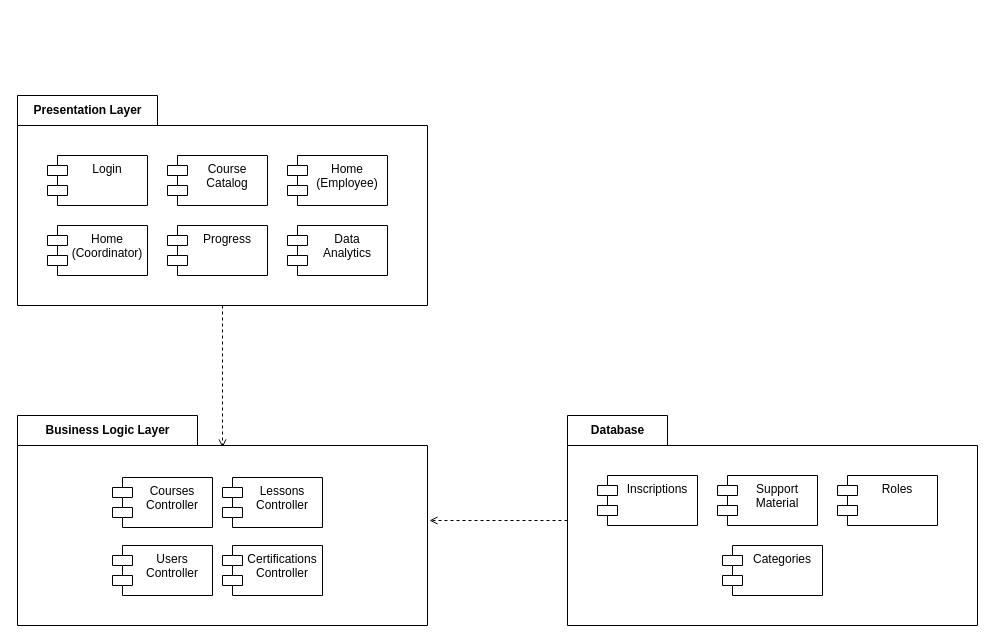
Above: diagrams/A1.1_Paquetes.drawio in BanuelosMendezJordi/Analisis_Avanzado_17212330 (draw.io), before the change. Source tidied: cells renumbered, new cells numbered last; positions are measured from the earlier drawing's top-left corner, leaving out a move shared by most shapes. Both pictures are drawn from the tidied source at 100%, with x=0, y=0 at pixel (17, 95). Pictures stored in the file or linked from it are replaced by grey dashed boxes.
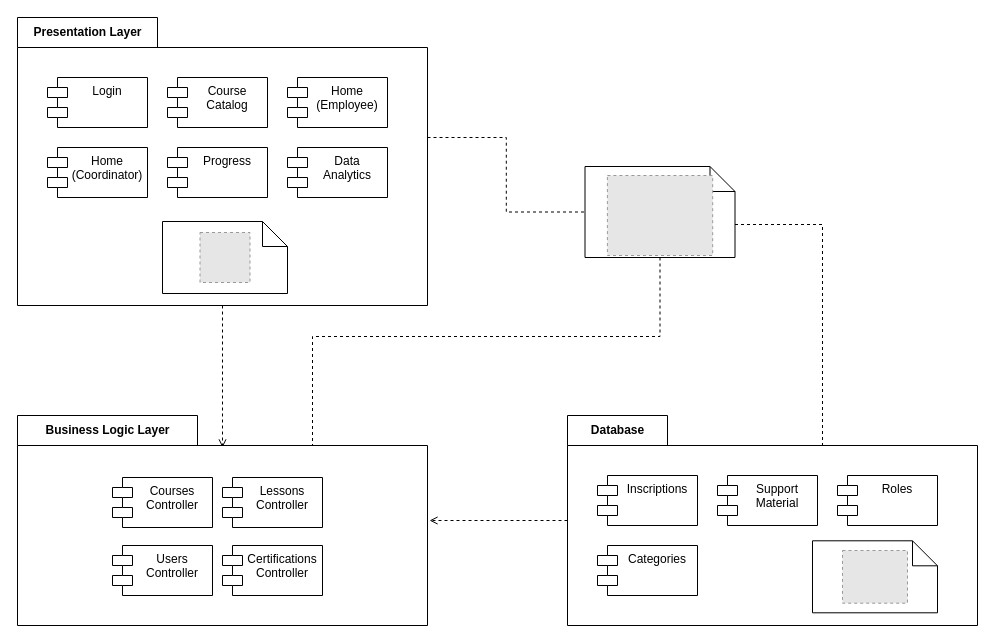
The same page after the edit.

The change refers to these unchanged cells:
```xml
<mxCell id="10" value="Business Logic Layer" style="shape=folder;fontStyle=1;tabWidth=180;tabHeight=30;tabPosition=left;html=1;boundedLbl=1;labelInHeader=1;" parent="1" vertex="1">
  <mxGeometry y="320" width="410" height="210" as="geometry" />
</mxCell>
<mxCell id="16" value="Database" style="shape=folder;fontStyle=1;tabWidth=100;tabHeight=30;tabPosition=left;html=1;boundedLbl=1;labelInHeader=1;" parent="1" vertex="1">
  <mxGeometry x="550" y="320" width="410" height="210" as="geometry" />
</mxCell>
```

Change to the diagram source:
```diff
@@
+    <mxCell id="21" style="edgeStyle=orthogonalEdgeStyle;rounded=0;jettySize=auto;html=1;exitX=0;exitY=0;exitDx=410;exitDy=120;exitPerimeter=0;entryX=0;entryY=0.5;entryDx=0;entryDy=0;entryPerimeter=0;dashed=1;endArrow=none;endFill=0;" parent="1" edge="1" source="3" target="28">
+      <mxGeometry relative="1" as="geometry" />
+    </mxCell>
     <mxCell id="3" value="Presentation Layer" style="shape=folder;fontStyle=1;tabWidth=140;tabHeight=30;tabPosition=left;html=1;boundedLbl=1;labelInHeader=1;" parent="1" vertex="1">
-      <mxGeometry width="410" height="210" as="geometry" />
+      <mxGeometry y="-78" width="410" height="288" as="geometry" />
     </mxCell>
+    <mxCell id="22" style="shape=note2;boundedLbl=1;whiteSpace=wrap;html=1;size=25;verticalAlign=top;align=center;" parent="3" vertex="1">
+      <mxGeometry x="145" y="204" width="125" height="72" as="geometry" />
+    </mxCell>
@@
+    <mxCell id="23" style="fillColor=#E6E6E6;strokeColor=#999999;dashed=1;verticalLabelPosition=bottom;labelBackgroundColor=#ffffff;verticalAlign=top;" parent="3" vertex="1">
+      <mxGeometry x="182.5" y="215" width="50" height="50" as="geometry" />
+    </mxCell>
@@
     <mxCell id="20" value="Categories" style="shape=module;align=left;spacingLeft=20;align=center;verticalAlign=top;" parent="16" vertex="1">
-      <mxGeometry x="155" y="130" width="100" height="50" as="geometry" />
+      <mxGeometry x="30" y="130" width="100" height="50" as="geometry" />
     </mxCell>
+    <mxCell id="24" style="shape=note2;boundedLbl=1;whiteSpace=wrap;html=1;size=25;verticalAlign=top;align=center;" parent="16" vertex="1">
+      <mxGeometry x="245" y="125.3" width="125" height="72" as="geometry" />
+    </mxCell>
+    <mxCell id="25" style="fillColor=#E6E6E6;strokeColor=#999999;dashed=1;verticalLabelPosition=bottom;labelBackgroundColor=#ffffff;verticalAlign=top;" parent="16" vertex="1">
+      <mxGeometry x="275" y="135" width="65" height="52.7" as="geometry" />
+    </mxCell>
+    <mxCell id="26" style="edgeStyle=orthogonalEdgeStyle;rounded=0;jettySize=auto;html=1;exitX=0;exitY=0;exitDx=150;exitDy=57.995;exitPerimeter=0;entryX=0;entryY=0;entryDx=255;entryDy=30;entryPerimeter=0;endArrow=none;endFill=0;dashed=1;" parent="1" edge="1" source="28" target="16">
+      <mxGeometry relative="1" as="geometry" />
+    </mxCell>
+    <mxCell id="27" style="edgeStyle=orthogonalEdgeStyle;rounded=0;jettySize=auto;html=1;exitX=0.5;exitY=1;exitDx=0;exitDy=0;exitPerimeter=0;entryX=0;entryY=0;entryDx=295;entryDy=30;entryPerimeter=0;endArrow=none;endFill=0;dashed=1;" parent="1" edge="1" source="28" target="10">
+      <mxGeometry relative="1" as="geometry" />
+    </mxCell>
+    <mxCell id="28" style="shape=note2;boundedLbl=1;whiteSpace=wrap;html=1;size=25;verticalAlign=top;align=center;" parent="1" vertex="1">
+      <mxGeometry x="567.5" y="71" width="150" height="91" as="geometry" />
+    </mxCell>
+    <mxCell id="29" style="fillColor=#E6E6E6;strokeColor=#999999;dashed=1;verticalLabelPosition=bottom;labelBackgroundColor=#ffffff;verticalAlign=top;" parent="1" vertex="1">
+      <mxGeometry x="589.9" y="80" width="105.3" height="80" as="geometry" />
+    </mxCell>
```
